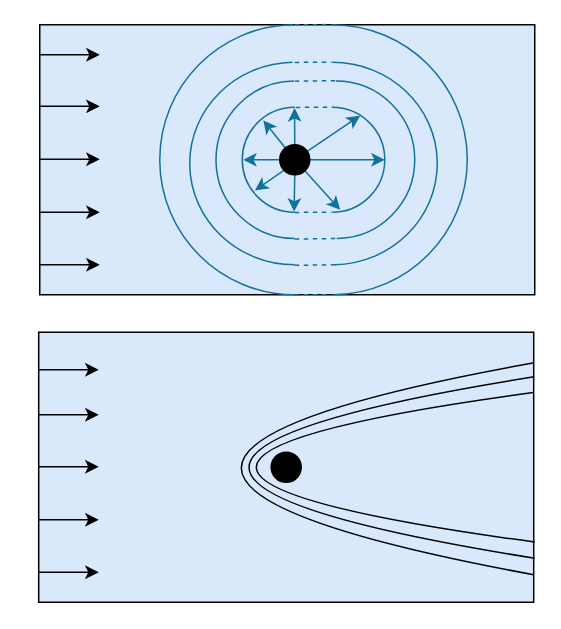
Above: Resources/Images/supercritical_subcritical.drawio in pachesp/presentation (draw.io), before the change. Source tidied: cells renumbered, new cells numbered last; positions are measured from the earlier drawing's top-left corner, leaving out a move shared by most shapes. Both pictures are drawn from the tidied source at 150%, with x=0, y=0 at pixel (-52, 24).
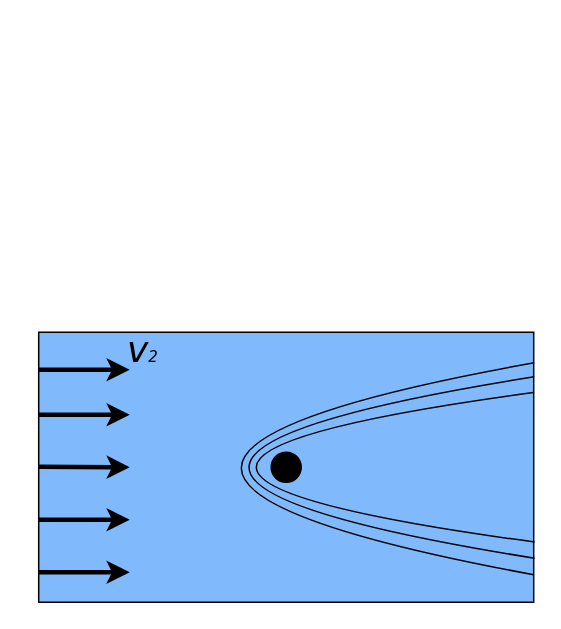
After the change.

The edit, as a diff of the source:
```diff
@@
-    <mxCell id="2" style="rounded=0;whiteSpace=wrap;html=1;fillColor=#dae8fc;" parent="1" vertex="1">
-      <mxGeometry x="61" width="330" height="180" as="geometry" />
-    </mxCell>
-    <mxCell id="3" style="verticalLabelPosition=bottom;verticalAlign=top;html=1;shape=mxgraph.basic.arc;strokeColor=#10739E;strokeWidth=1;startAngle=0.5;endAngle=0.9984085036175459;fillColor=#000000;rotation=-180;" parent="1" vertex="1">
-      <mxGeometry x="206" y="37.5" width="105" height="105" as="geometry" />
-    </mxCell>
-    <mxCell id="4" style="verticalLabelPosition=bottom;verticalAlign=top;html=1;shape=mxgraph.basic.arc;strokeColor=#10739E;strokeWidth=1;startAngle=0.5;endAngle=0.9968173254495136;fillColor=#000000;rotation=-180;" parent="1" vertex="1">
-      <mxGeometry x="186" y="25" width="140" height="135" as="geometry" />
-    </mxCell>
-    <mxCell id="5" style="verticalLabelPosition=bottom;verticalAlign=top;html=1;shape=mxgraph.basic.arc;strokeColor=#10739E;strokeWidth=1;startAngle=0.5;endAngle=0.9984085036175459;fillColor=#000000;rotation=-180;" parent="1" vertex="1">
-      <mxGeometry x="166" width="180" height="180" as="geometry" />
-    </mxCell>
-    <mxCell id="6" style="verticalLabelPosition=bottom;verticalAlign=top;html=1;shape=mxgraph.basic.arc;strokeColor=#10739E;strokeWidth=1;startAngle=0.5;endAngle=0.9984085036175459;fillColor=#000000;" parent="1" vertex="1">
-      <mxGeometry x="141" width="180" height="180" as="geometry" />
-    </mxCell>
-    <mxCell id="7" style="verticalLabelPosition=bottom;verticalAlign=top;html=1;shape=mxgraph.basic.arc;strokeColor=#10739E;strokeWidth=1;startAngle=0.5;endAngle=0.9968173254495136;fillColor=#000000;" parent="1" vertex="1">
-      <mxGeometry x="161" y="25" width="140" height="135" as="geometry" />
-    </mxCell>
-    <mxCell id="8" style="endArrow=classic;html=1;" parent="1" edge="1">
-      <mxGeometry relative="1" as="geometry">
-        <mxPoint x="61" y="20" as="sourcePoint" />
-        <mxPoint x="101" y="20" as="targetPoint" />
-      </mxGeometry>
-    </mxCell>
-    <mxCell id="9" style="endArrow=classic;html=1;" parent="1" edge="1">
-      <mxGeometry relative="1" as="geometry">
-        <mxPoint x="61" y="54.4" as="sourcePoint" />
-        <mxPoint x="101" y="54.4" as="targetPoint" />
-      </mxGeometry>
-    </mxCell>
-    <mxCell id="10" style="endArrow=classic;html=1;" parent="1" edge="1">
-      <mxGeometry relative="1" as="geometry">
-        <mxPoint x="61" y="89.7" as="sourcePoint" />
-        <mxPoint x="101" y="89.7" as="targetPoint" />
-      </mxGeometry>
-    </mxCell>
-    <mxCell id="11" style="endArrow=classic;html=1;" parent="1" edge="1">
-      <mxGeometry relative="1" as="geometry">
-        <mxPoint x="61" y="125" as="sourcePoint" />
-        <mxPoint x="101" y="125" as="targetPoint" />
-      </mxGeometry>
-    </mxCell>
-    <mxCell id="12" style="endArrow=classic;html=1;" parent="1" edge="1">
-      <mxGeometry relative="1" as="geometry">
-        <mxPoint x="61" y="160" as="sourcePoint" />
-        <mxPoint x="101" y="160" as="targetPoint" />
-      </mxGeometry>
-    </mxCell>
-    <mxCell id="13" style="verticalLabelPosition=bottom;verticalAlign=top;html=1;shape=mxgraph.basic.arc;strokeColor=#10739E;strokeWidth=1;startAngle=0.5;endAngle=0.9984085036175459;fillColor=#000000;" parent="1" vertex="1">
-      <mxGeometry x="178.5" y="37.5" width="105" height="105" as="geometry" />
-    </mxCell>
-    <mxCell id="14" style="verticalLabelPosition=bottom;verticalAlign=top;html=1;shape=mxgraph.basic.arc;strokeColor=#10739E;strokeWidth=1;startAngle=0.5;endAngle=0;fillColor=#000000;" parent="1" vertex="1">
-      <mxGeometry x="196" y="55" width="70" height="70" as="geometry" />
-    </mxCell>
-    <mxCell id="15" style="rounded=0;whiteSpace=wrap;html=1;fillColor=#dae8fc;" parent="1" vertex="1">
+    <mxCell id="15" style="rounded=0;whiteSpace=wrap;html=1;fillColor=#81BAFC;" parent="1" vertex="1">
       <mxGeometry x="60.3" y="205" width="330" height="180" as="geometry" />
     </mxCell>
@@
-    <mxCell id="17" style="endArrow=classic;html=1;" parent="1" edge="1">
+    <mxCell id="17" style="endArrow=classic;html=1;strokeWidth=3;" parent="1" edge="1">
       <mxGeometry relative="1" as="geometry">
         <mxPoint x="60.3" y="230" as="sourcePoint" />
-        <mxPoint x="100.3" y="230" as="targetPoint" />
+        <mxPoint x="121" y="230" as="targetPoint" />
       </mxGeometry>
     </mxCell>
-    <mxCell id="18" style="endArrow=classic;html=1;" parent="1" edge="1">
+    <mxCell id="18" style="endArrow=classic;html=1;strokeWidth=3;" parent="1" edge="1">
       <mxGeometry relative="1" as="geometry">
         <mxPoint x="60.3" y="260" as="sourcePoint" />
-        <mxPoint x="100.3" y="260" as="targetPoint" />
+        <mxPoint x="121" y="260" as="targetPoint" />
       </mxGeometry>
     </mxCell>
-    <mxCell id="19" style="endArrow=classic;html=1;" parent="1" edge="1">
+    <mxCell id="19" style="endArrow=classic;html=1;strokeWidth=3;" parent="1" edge="1">
       <mxGeometry relative="1" as="geometry">
         <mxPoint x="60.3" y="294.7" as="sourcePoint" />
-        <mxPoint x="100.3" y="294.7" as="targetPoint" />
+        <mxPoint x="121" y="295" as="targetPoint" />
       </mxGeometry>
     </mxCell>
-    <mxCell id="20" style="endArrow=classic;html=1;" parent="1" edge="1">
+    <mxCell id="20" style="endArrow=classic;html=1;strokeWidth=3;" parent="1" edge="1">
       <mxGeometry relative="1" as="geometry">
         <mxPoint x="60.3" y="330" as="sourcePoint" />
-        <mxPoint x="100.3" y="330" as="targetPoint" />
+        <mxPoint x="121" y="330" as="targetPoint" />
       </mxGeometry>
     </mxCell>
-    <mxCell id="21" style="endArrow=classic;html=1;" parent="1" edge="1">
+    <mxCell id="21" style="endArrow=classic;html=1;strokeWidth=3;" parent="1" edge="1">
       <mxGeometry relative="1" as="geometry">
         <mxPoint x="60.3" y="365" as="sourcePoint" />
-        <mxPoint x="100.3" y="365" as="targetPoint" />
+        <mxPoint x="121" y="365" as="targetPoint" />
       </mxGeometry>
     </mxCell>
@@
-    <mxCell id="25" style="endArrow=classic;html=1;fillColor=#dae8fc;strokeColor=#10739e;entryX=0.2;entryY=0.124;entryDx=0;entryDy=0;entryPerimeter=0;" parent="1" edge="1" target="14">
-      <mxGeometry relative="1" as="geometry">
-        <mxPoint x="231" y="90" as="sourcePoint" />
-      </mxGeometry>
-    </mxCell>
-    <mxCell id="26" style="endArrow=classic;html=1;fillColor=#dae8fc;strokeColor=#10739e;entryX=0.008;entryY=0.501;entryDx=0;entryDy=0;entryPerimeter=0;" parent="1" edge="1" target="14">
-      <mxGeometry relative="1" as="geometry">
-        <mxPoint x="230" y="90" as="sourcePoint" />
-      </mxGeometry>
-    </mxCell>
-    <mxCell id="27" style="endArrow=classic;html=1;fillColor=#dae8fc;strokeColor=#10739e;entryX=0.12;entryY=0.794;entryDx=0;entryDy=0;entryPerimeter=0;" parent="1" edge="1" target="14">
-      <mxGeometry relative="1" as="geometry">
-        <mxPoint x="231" y="92" as="sourcePoint" />
-      </mxGeometry>
-    </mxCell>
-    <mxCell id="28" style="endArrow=classic;html=1;fillColor=#dae8fc;strokeColor=#10739e;entryX=0.494;entryY=0.994;entryDx=0;entryDy=0;entryPerimeter=0;" parent="1" edge="1" source="42" target="14">
-      <mxGeometry relative="1" as="geometry" />
-    </mxCell>
-    <mxCell id="29" style="endArrow=classic;html=1;fillColor=#dae8fc;strokeColor=#10739e;entryX=0.498;entryY=0.007;entryDx=0;entryDy=0;entryPerimeter=0;" parent="1" edge="1" source="42" target="14">
-      <mxGeometry relative="1" as="geometry" />
-    </mxCell>
-    <mxCell id="30" style="endArrow=none;dashed=1;html=1;strokeWidth=1;exitX=0.496;exitY=0.002;exitDx=0;exitDy=0;exitPerimeter=0;strokeColor=#10739E;entryX=0.482;entryY=1;entryDx=0;entryDy=0;entryPerimeter=0;" parent="1" edge="1">
-      <mxGeometry relative="1" as="geometry">
-        <mxPoint x="231.7" y="55.1" as="sourcePoint" />
-        <mxPoint x="256.3" y="55" as="targetPoint" />
-      </mxGeometry>
-    </mxCell>
-    <mxCell id="31" style="endArrow=none;dashed=1;html=1;strokeWidth=1;exitX=0.496;exitY=0.002;exitDx=0;exitDy=0;exitPerimeter=0;strokeColor=#10739E;entryX=0.49;entryY=1.002;entryDx=0;entryDy=0;entryPerimeter=0;" parent="1" edge="1" target="3">
-      <mxGeometry relative="1" as="geometry">
-        <mxPoint x="231" y="37.6" as="sourcePoint" />
-      </mxGeometry>
-    </mxCell>
-    <mxCell id="32" style="endArrow=none;dashed=1;html=1;strokeWidth=1;exitX=0.496;exitY=0.002;exitDx=0;exitDy=0;exitPerimeter=0;strokeColor=#10739E;entryX=0.482;entryY=1;entryDx=0;entryDy=0;entryPerimeter=0;" parent="1" edge="1">
-      <mxGeometry relative="1" as="geometry">
-        <mxPoint x="231" y="25.1" as="sourcePoint" />
-        <mxPoint x="255.5" y="25" as="targetPoint" />
-      </mxGeometry>
-    </mxCell>
-    <mxCell id="33" style="endArrow=none;dashed=1;html=1;strokeWidth=1;exitX=0.496;exitY=0.002;exitDx=0;exitDy=0;exitPerimeter=0;strokeColor=#10739E;entryX=0.482;entryY=1;entryDx=0;entryDy=0;entryPerimeter=0;" parent="1" edge="1">
-      <mxGeometry relative="1" as="geometry">
-        <mxPoint x="231" as="sourcePoint" />
-        <mxPoint x="255.5" y="-0.1" as="targetPoint" />
-      </mxGeometry>
-    </mxCell>
-    <mxCell id="34" style="endArrow=none;dashed=1;html=1;strokeWidth=1;exitX=0.496;exitY=0.002;exitDx=0;exitDy=0;exitPerimeter=0;strokeColor=#10739E;entryX=0.49;entryY=1.002;entryDx=0;entryDy=0;entryPerimeter=0;" parent="1" edge="1">
-      <mxGeometry relative="1" as="geometry">
-        <mxPoint x="231" y="142.9" as="sourcePoint" />
-        <mxPoint x="259.5" y="142.5" as="targetPoint" />
-      </mxGeometry>
-    </mxCell>
-    <mxCell id="35" style="verticalLabelPosition=bottom;verticalAlign=top;html=1;shape=mxgraph.basic.arc;strokeColor=#10739E;strokeWidth=1;startAngle=0.5;endAngle=0;fillColor=#000000;rotation=-180;" parent="1" vertex="1">
-      <mxGeometry x="221" y="55" width="70" height="70" as="geometry" />
-    </mxCell>
-    <mxCell id="36" style="endArrow=none;dashed=1;html=1;strokeWidth=1;exitX=0.496;exitY=0.002;exitDx=0;exitDy=0;exitPerimeter=0;strokeColor=#10739E;entryX=0.49;entryY=1.002;entryDx=0;entryDy=0;entryPerimeter=0;" parent="1" edge="1">
-      <mxGeometry relative="1" as="geometry">
-        <mxPoint x="231" y="160.4" as="sourcePoint" />
-        <mxPoint x="259.6" y="160" as="targetPoint" />
-      </mxGeometry>
-    </mxCell>
-    <mxCell id="37" style="endArrow=none;dashed=1;html=1;strokeWidth=1;exitX=0.496;exitY=0.002;exitDx=0;exitDy=0;exitPerimeter=0;strokeColor=#10739E;entryX=0.482;entryY=1;entryDx=0;entryDy=0;entryPerimeter=0;" parent="1" edge="1">
-      <mxGeometry relative="1" as="geometry">
-        <mxPoint x="231" y="125.1" as="sourcePoint" />
-        <mxPoint x="255.5" y="125" as="targetPoint" />
-      </mxGeometry>
-    </mxCell>
-    <mxCell id="38" style="endArrow=none;dashed=1;html=1;strokeWidth=1;exitX=0.496;exitY=0.002;exitDx=0;exitDy=0;exitPerimeter=0;strokeColor=#10739E;entryX=0.482;entryY=1;entryDx=0;entryDy=0;entryPerimeter=0;" parent="1" edge="1">
-      <mxGeometry relative="1" as="geometry">
-        <mxPoint x="231" y="180.1" as="sourcePoint" />
-        <mxPoint x="255.5" y="180" as="targetPoint" />
-      </mxGeometry>
-    </mxCell>
-    <mxCell id="39" style="endArrow=classic;html=1;fillColor=#dae8fc;strokeColor=#10739e;entryX=0.425;entryY=0.023;entryDx=0;entryDy=0;entryPerimeter=0;" parent="1" edge="1" source="42" target="35">
-      <mxGeometry relative="1" as="geometry" />
-    </mxCell>
-    <mxCell id="40" style="endArrow=classic;html=1;fillColor=#dae8fc;strokeColor=#10739e;exitX=1;exitY=0.5;exitDx=0;exitDy=0;" parent="1" edge="1" source="42">
-      <mxGeometry relative="1" as="geometry">
-        <mxPoint x="291" y="90" as="targetPoint" />
-      </mxGeometry>
-    </mxCell>
-    <mxCell id="41" style="endArrow=classic;html=1;fillColor=#dae8fc;strokeColor=#10739e;entryX=0.234;entryY=0.92;entryDx=0;entryDy=0;entryPerimeter=0;" parent="1" edge="1" source="42" target="35">
-      <mxGeometry relative="1" as="geometry" />
-    </mxCell>
-    <mxCell id="42" style="ellipse;whiteSpace=wrap;html=1;fillColor=#000000;" parent="1" vertex="1">
-      <mxGeometry x="221" y="80" width="20" height="20" as="geometry" />
-    </mxCell>
+    <mxCell id="43" value="&lt;p&gt;&lt;i&gt;&lt;font face=&quot;Verdana&quot;&gt;&lt;span style=&quot;font-size: 24px&quot;&gt;v&lt;/span&gt;&lt;span style=&quot;font-size: 10px&quot;&gt;2&lt;/span&gt;&lt;/font&gt;&lt;/i&gt;&lt;/p&gt;" style="text;html=1;strokeColor=none;fillColor=none;align=center;verticalAlign=middle;whiteSpace=wrap;rounded=0;" parent="1" vertex="1">
+      <mxGeometry x="115" y="207" width="30" height="20" as="geometry" />
+    </mxCell>
```
